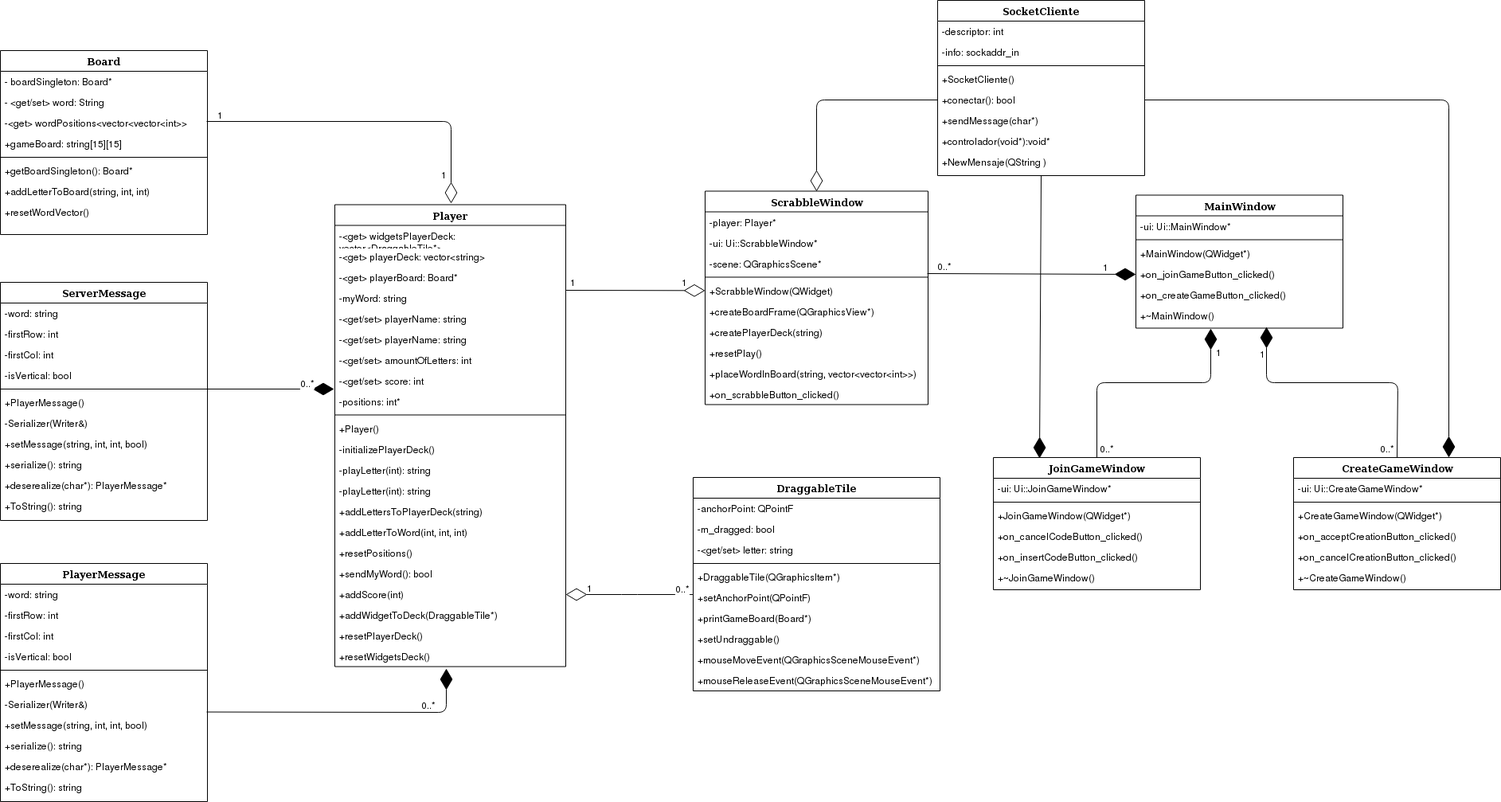
Before: ClientProject/images/Wiki_resources/Client Class Diagram.png, a diagram exported from draw.io (ErickCR12/Scrabble). Source tidied: cells renumbered, new cells last; positions are measured from the earlier drawing's top-left corner, leaving out a move shared by most shapes.
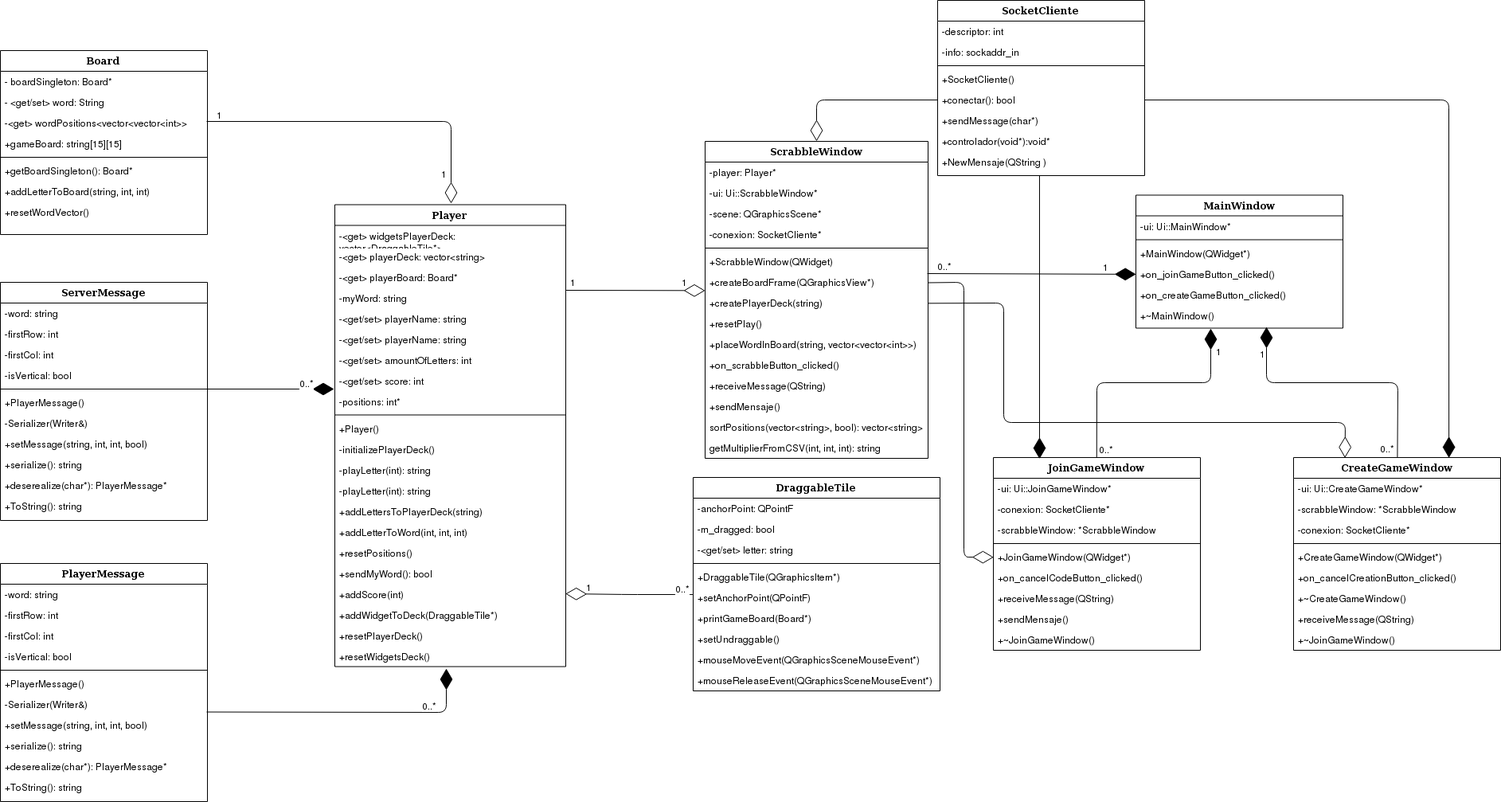
Later version of the same file.

Diff of the diagram source:
```diff
@@ -211,47 +211,65 @@
       <mxGeometry y="138" width="260" height="26" as="geometry" />
     </mxCell>
     <mxCell id="68" value="JoinGameWindow" style="swimlane;html=1;fontStyle=1;align=center;verticalAlign=top;horizontal=1;startSize=26;swimlaneFillColor=#ffffff;rounded=0;shadow=0;comic=0;labelBackgroundColor=none;strokeColor=#000000;strokeWidth=1;fillColor=none;fontFamily=Verdana;fontSize=12;fontColor=#000000;" parent="1" vertex="1">
-      <mxGeometry x="1247" y="574" width="260" height="166" as="geometry" />
+      <mxGeometry x="1247" y="574" width="260" height="242" as="geometry" />
     </mxCell>
     <mxCell id="69" value="-ui: Ui::JoinGameWindow*" style="text;html=1;strokeColor=none;fillColor=none;align=left;verticalAlign=top;spacingLeft=4;spacingRight=4;whiteSpace=wrap;overflow=hidden;" parent="68" vertex="1">
       <mxGeometry y="26" width="260" height="26" as="geometry" />
     </mxCell>
+    <mxCell id="135" value="-conexion: SocketCliente*" style="text;html=1;strokeColor=none;fillColor=none;align=left;verticalAlign=top;spacingLeft=4;spacingRight=4;whiteSpace=wrap;overflow=hidden;" parent="68" vertex="1">
+      <mxGeometry y="52" width="260" height="26" as="geometry" />
+    </mxCell>
+    <mxCell id="136" value="-scrabbleWindow: *ScrabbleWindow" style="text;html=1;strokeColor=none;fillColor=none;align=left;verticalAlign=top;spacingLeft=4;spacingRight=4;whiteSpace=wrap;overflow=hidden;" parent="68" vertex="1">
+      <mxGeometry y="78" width="260" height="26" as="geometry" />
+    </mxCell>
     <mxCell id="70" style="line;html=1;strokeWidth=1;fillColor=none;align=left;verticalAlign=middle;spacingTop=-1;spacingLeft=3;spacingRight=3;labelPosition=right;" parent="68" vertex="1">
-      <mxGeometry y="52" width="260" height="8" as="geometry" />
+      <mxGeometry y="104" width="260" height="8" as="geometry" />
     </mxCell>
     <mxCell id="71" value="+JoinGameWindow(QWidget*)" style="text;html=1;strokeColor=none;fillColor=none;align=left;verticalAlign=top;spacingLeft=4;spacingRight=4;whiteSpace=wrap;overflow=hidden;points=[[0,0.5],[1,0.5]];portConstraint=eastwest;" parent="68" vertex="1">
-      <mxGeometry y="60" width="260" height="26" as="geometry" />
+      <mxGeometry y="112" width="260" height="26" as="geometry" />
     </mxCell>
     <mxCell id="72" value="+on_cancelCodeButton_clicked()" style="text;html=1;strokeColor=none;fillColor=none;align=left;verticalAlign=top;spacingLeft=4;spacingRight=4;whiteSpace=wrap;overflow=hidden;" parent="68" vertex="1">
-      <mxGeometry y="86" width="260" height="26" as="geometry" />
+      <mxGeometry y="138" width="260" height="26" as="geometry" />
     </mxCell>
-    <mxCell id="73" value="+on_insertCodeButton_clicked()" style="text;html=1;strokeColor=none;fillColor=none;align=left;verticalAlign=top;spacingLeft=4;spacingRight=4;whiteSpace=wrap;overflow=hidden;" parent="68" vertex="1">
-      <mxGeometry y="112" width="260" height="26" as="geometry" />
+    <mxCell id="73" value="+receiveMessage(QString)" style="text;html=1;strokeColor=none;fillColor=none;align=left;verticalAlign=top;spacingLeft=4;spacingRight=4;whiteSpace=wrap;overflow=hidden;" parent="68" vertex="1">
+      <mxGeometry y="164" width="260" height="26" as="geometry" />
     </mxCell>
+    <mxCell id="137" value="+sendMensaje()" style="text;html=1;strokeColor=none;fillColor=none;align=left;verticalAlign=top;spacingLeft=4;spacingRight=4;whiteSpace=wrap;overflow=hidden;" parent="68" vertex="1">
+      <mxGeometry y="190" width="260" height="26" as="geometry" />
+    </mxCell>
     <mxCell id="74" value="&lt;div&gt;+~JoinGameWindow()&lt;/div&gt;&lt;div&gt;&lt;br&gt;&lt;/div&gt;" style="text;html=1;strokeColor=none;fillColor=none;align=left;verticalAlign=top;spacingLeft=4;spacingRight=4;whiteSpace=wrap;overflow=hidden;" parent="68" vertex="1">
-      <mxGeometry y="138" width="260" height="26" as="geometry" />
+      <mxGeometry y="216" width="260" height="26" as="geometry" />
     </mxCell>
     <mxCell id="75" value="CreateGameWindow" style="swimlane;html=1;fontStyle=1;align=center;verticalAlign=top;horizontal=1;startSize=26;swimlaneFillColor=#ffffff;rounded=0;shadow=0;comic=0;labelBackgroundColor=none;strokeColor=#000000;strokeWidth=1;fillColor=none;fontFamily=Verdana;fontSize=12;fontColor=#000000;" parent="1" vertex="1">
-      <mxGeometry x="1624" y="574" width="260" height="166" as="geometry" />
+      <mxGeometry x="1624" y="574" width="260" height="242" as="geometry" />
     </mxCell>
     <mxCell id="76" value="-ui: Ui::CreateGameWindow*" style="text;html=1;strokeColor=none;fillColor=none;align=left;verticalAlign=top;spacingLeft=4;spacingRight=4;whiteSpace=wrap;overflow=hidden;" parent="75" vertex="1">
       <mxGeometry y="26" width="260" height="26" as="geometry" />
     </mxCell>
+    <mxCell id="138" value="-scrabbleWindow: *ScrabbleWindow" style="text;html=1;strokeColor=none;fillColor=none;align=left;verticalAlign=top;spacingLeft=4;spacingRight=4;whiteSpace=wrap;overflow=hidden;" parent="75" vertex="1">
+      <mxGeometry y="52" width="260" height="26" as="geometry" />
+    </mxCell>
+    <mxCell id="139" value="-conexion: SocketCliente*" style="text;html=1;strokeColor=none;fillColor=none;align=left;verticalAlign=top;spacingLeft=4;spacingRight=4;whiteSpace=wrap;overflow=hidden;" parent="75" vertex="1">
+      <mxGeometry y="78" width="260" height="26" as="geometry" />
+    </mxCell>
     <mxCell id="77" style="line;html=1;strokeWidth=1;fillColor=none;align=left;verticalAlign=middle;spacingTop=-1;spacingLeft=3;spacingRight=3;labelPosition=right;" parent="75" vertex="1">
-      <mxGeometry y="52" width="260" height="8" as="geometry" />
+      <mxGeometry y="104" width="260" height="8" as="geometry" />
     </mxCell>
     <mxCell id="78" value="+CreateGameWindow(QWidget*)" style="text;html=1;strokeColor=none;fillColor=none;align=left;verticalAlign=top;spacingLeft=4;spacingRight=4;whiteSpace=wrap;overflow=hidden;" parent="75" vertex="1">
-      <mxGeometry y="60" width="260" height="26" as="geometry" />
+      <mxGeometry y="112" width="260" height="26" as="geometry" />
     </mxCell>
-    <mxCell id="79" value="+on_acceptCreationButton_clicked()" style="text;html=1;strokeColor=none;fillColor=none;align=left;verticalAlign=top;spacingLeft=4;spacingRight=4;whiteSpace=wrap;overflow=hidden;" parent="75" vertex="1">
-      <mxGeometry y="86" width="260" height="26" as="geometry" />
-    </mxCell>
     <mxCell id="80" value="+on_cancelCreationButton_clicked()" style="text;html=1;strokeColor=none;fillColor=none;align=left;verticalAlign=top;spacingLeft=4;spacingRight=4;whiteSpace=wrap;overflow=hidden;" parent="75" vertex="1">
-      <mxGeometry y="112" width="260" height="26" as="geometry" />
+      <mxGeometry y="138" width="260" height="26" as="geometry" />
     </mxCell>
     <mxCell id="81" value="&lt;div&gt;+~CreateGameWindow()&lt;/div&gt;&lt;div&gt;&lt;br&gt;&lt;/div&gt;" style="text;html=1;strokeColor=none;fillColor=none;align=left;verticalAlign=top;spacingLeft=4;spacingRight=4;whiteSpace=wrap;overflow=hidden;" parent="75" vertex="1">
-      <mxGeometry y="138" width="260" height="26" as="geometry" />
+      <mxGeometry y="164" width="260" height="26" as="geometry" />
     </mxCell>
+    <mxCell id="140" value="+receiveMessage(QString)" style="text;html=1;strokeColor=none;fillColor=none;align=left;verticalAlign=top;spacingLeft=4;spacingRight=4;whiteSpace=wrap;overflow=hidden;" parent="75" vertex="1">
+      <mxGeometry y="190" width="260" height="26" as="geometry" />
+    </mxCell>
+    <mxCell id="141" value="&lt;div&gt;+~JoinGameWindow()&lt;/div&gt;&lt;div&gt;&lt;br&gt;&lt;/div&gt;" style="text;html=1;strokeColor=none;fillColor=none;align=left;verticalAlign=top;spacingLeft=4;spacingRight=4;whiteSpace=wrap;overflow=hidden;" parent="75" vertex="1">
+      <mxGeometry y="216" width="260" height="26" as="geometry" />
+    </mxCell>
     <mxCell id="82" value="DraggableTile" style="swimlane;html=1;fontStyle=1;align=center;verticalAlign=top;horizontal=1;startSize=26;swimlaneFillColor=#ffffff;rounded=0;shadow=0;comic=0;labelBackgroundColor=none;strokeColor=#000000;strokeWidth=1;fillColor=none;fontFamily=Verdana;fontSize=12;fontColor=#000000;" parent="1" vertex="1">
       <mxGeometry x="870" y="599" width="310" height="268" as="geometry" />
     </mxCell>
@@ -286,7 +304,7 @@
       <mxGeometry y="242" width="310" height="26" as="geometry" />
     </mxCell>
     <mxCell id="93" value="ScrabbleWindow" style="swimlane;html=1;fontStyle=1;align=center;verticalAlign=top;horizontal=1;startSize=26;swimlaneFillColor=#ffffff;rounded=0;shadow=0;comic=0;labelBackgroundColor=none;strokeColor=#000000;strokeWidth=1;fillColor=none;fontFamily=Verdana;fontSize=12;fontColor=#000000;" parent="1" vertex="1">
-      <mxGeometry x="885" y="239.5" width="280" height="268" as="geometry" />
+      <mxGeometry x="885" y="177" width="280" height="398" as="geometry" />
     </mxCell>
     <mxCell id="94" value="-player: Player*" style="text;html=1;strokeColor=none;fillColor=none;align=left;verticalAlign=top;spacingLeft=4;spacingRight=4;whiteSpace=wrap;overflow=hidden;" parent="93" vertex="1">
       <mxGeometry y="26" width="280" height="26" as="geometry" />
@@ -297,27 +315,42 @@
     <mxCell id="96" value="&lt;div&gt;-scene: QGraphicsScene*&lt;br&gt;&lt;/div&gt;" style="text;html=1;strokeColor=none;fillColor=none;align=left;verticalAlign=top;spacingLeft=4;spacingRight=4;whiteSpace=wrap;overflow=hidden;" parent="93" vertex="1">
       <mxGeometry y="78" width="280" height="26" as="geometry" />
     </mxCell>
+    <mxCell id="142" value="-conexion: SocketCliente*" style="text;html=1;strokeColor=none;fillColor=none;align=left;verticalAlign=top;spacingLeft=4;spacingRight=4;whiteSpace=wrap;overflow=hidden;" parent="93" vertex="1">
+      <mxGeometry y="104" width="280" height="26" as="geometry" />
+    </mxCell>
     <mxCell id="97" style="line;html=1;strokeWidth=1;fillColor=none;align=left;verticalAlign=middle;spacingTop=-1;spacingLeft=3;spacingRight=3;labelPosition=right;" parent="93" vertex="1">
-      <mxGeometry y="104" width="280" height="8" as="geometry" />
+      <mxGeometry y="130" width="280" height="8" as="geometry" />
     </mxCell>
     <mxCell id="98" value="+ScrabbleWindow(QWidget)" style="text;html=1;strokeColor=none;fillColor=none;align=left;verticalAlign=top;spacingLeft=4;spacingRight=4;whiteSpace=wrap;overflow=hidden;" parent="93" vertex="1">
-      <mxGeometry y="112" width="280" height="26" as="geometry" />
+      <mxGeometry y="138" width="280" height="26" as="geometry" />
     </mxCell>
     <mxCell id="99" value="+createBoardFrame(QGraphicsView*)" style="text;html=1;strokeColor=none;fillColor=none;align=left;verticalAlign=top;spacingLeft=4;spacingRight=4;whiteSpace=wrap;overflow=hidden;points=[[0,0.5],[1,0.5]];portConstraint=eastwest;" parent="93" vertex="1">
-      <mxGeometry y="138" width="280" height="26" as="geometry" />
+      <mxGeometry y="164" width="280" height="26" as="geometry" />
     </mxCell>
     <mxCell id="100" value="+createPlayerDeck(string)" style="text;html=1;strokeColor=none;fillColor=none;align=left;verticalAlign=top;spacingLeft=4;spacingRight=4;whiteSpace=wrap;overflow=hidden;points=[[0,0.5],[1,0.5]];portConstraint=eastwest;" parent="93" vertex="1">
-      <mxGeometry y="164" width="280" height="26" as="geometry" />
+      <mxGeometry y="190" width="280" height="26" as="geometry" />
     </mxCell>
     <mxCell id="101" value="+resetPlay()" style="text;html=1;strokeColor=none;fillColor=none;align=left;verticalAlign=top;spacingLeft=4;spacingRight=4;whiteSpace=wrap;overflow=hidden;" parent="93" vertex="1">
-      <mxGeometry y="190" width="280" height="26" as="geometry" />
+      <mxGeometry y="216" width="280" height="26" as="geometry" />
     </mxCell>
     <mxCell id="102" value="+placeWordInBoard(string, vector&amp;lt;vector&amp;lt;int&amp;gt;&amp;gt;)" style="text;html=1;strokeColor=none;fillColor=none;align=left;verticalAlign=top;spacingLeft=4;spacingRight=4;whiteSpace=wrap;overflow=hidden;" parent="93" vertex="1">
-      <mxGeometry y="216" width="280" height="26" as="geometry" />
+      <mxGeometry y="242" width="280" height="26" as="geometry" />
     </mxCell>
     <mxCell id="103" value="+on_scrabbleButton_clicked()" style="text;html=1;strokeColor=none;fillColor=none;align=left;verticalAlign=top;spacingLeft=4;spacingRight=4;whiteSpace=wrap;overflow=hidden;" parent="93" vertex="1">
-      <mxGeometry y="242" width="280" height="26" as="geometry" />
+      <mxGeometry y="268" width="280" height="26" as="geometry" />
     </mxCell>
+    <mxCell id="143" value="+receiveMessage(QString)" style="text;html=1;strokeColor=none;fillColor=none;align=left;verticalAlign=top;spacingLeft=4;spacingRight=4;whiteSpace=wrap;overflow=hidden;" parent="93" vertex="1">
+      <mxGeometry y="294" width="280" height="26" as="geometry" />
+    </mxCell>
+    <mxCell id="144" value="+sendMensaje()" style="text;html=1;strokeColor=none;fillColor=none;align=left;verticalAlign=top;spacingLeft=4;spacingRight=4;whiteSpace=wrap;overflow=hidden;" parent="93" vertex="1">
+      <mxGeometry y="320" width="280" height="26" as="geometry" />
+    </mxCell>
+    <mxCell id="145" value="sortPositions(vector&amp;lt;string&amp;gt;, bool): vector&amp;lt;string&amp;gt;" style="text;html=1;strokeColor=none;fillColor=none;align=left;verticalAlign=top;spacingLeft=4;spacingRight=4;whiteSpace=wrap;overflow=hidden;" parent="93" vertex="1">
+      <mxGeometry y="346" width="280" height="26" as="geometry" />
+    </mxCell>
+    <mxCell id="146" value="getMultiplierFromCSV(int, int, int): string" style="text;html=1;strokeColor=none;fillColor=none;align=left;verticalAlign=top;spacingLeft=4;spacingRight=4;whiteSpace=wrap;overflow=hidden;" parent="93" vertex="1">
+      <mxGeometry y="372" width="280" height="26" as="geometry" />
+    </mxCell>
     <mxCell id="104" style="endArrow=diamondThin;endFill=1;endSize=24;html=1;" parent="1" edge="1">
       <mxGeometry relative="1" as="geometry">
         <mxPoint x="259" y="488" as="sourcePoint" />
@@ -464,9 +497,9 @@
         </Array>
       </mxGeometry>
     </mxCell>
-    <mxCell id="133" style="endArrow=diamondThin;endFill=1;endSize=24;html=1;entryX=0.223;entryY=0.006;entryDx=0;entryDy=0;exitX=0.5;exitY=1;exitDx=0;exitDy=0;entryPerimeter=0;" parent="1" edge="1" target="68">
+    <mxCell id="133" style="endArrow=diamondThin;endFill=1;endSize=24;html=1;entryX=0.223;entryY=0.006;entryDx=0;entryDy=0;entryPerimeter=0;" parent="1" edge="1" target="68">
       <mxGeometry relative="1" as="geometry">
-        <mxPoint x="1307" y="220" as="sourcePoint" />
+        <mxPoint x="1305" y="220" as="sourcePoint" />
       </mxGeometry>
     </mxCell>
     <mxCell id="134" style="endArrow=diamondThin;endFill=1;endSize=24;html=1;entryX=0.75;entryY=0;entryDx=0;entryDy=0;exitX=1;exitY=0.5;exitDx=0;exitDy=0;" parent="1" edge="1" source="128" target="75">
@@ -476,5 +509,22 @@
         </Array>
       </mxGeometry>
     </mxCell>
+    <mxCell id="147" style="endArrow=diamondThin;endFill=0;endSize=24;html=1;exitX=1;exitY=0.5;exitDx=0;exitDy=0;entryX=0;entryY=0.5;entryDx=0;entryDy=0;" parent="1" edge="1" source="99" target="71">
+      <mxGeometry relative="1" as="geometry">
+        <Array as="points">
+          <mxPoint x="1210" y="354" />
+          <mxPoint x="1210" y="699" />
+        </Array>
+      </mxGeometry>
+    </mxCell>
+    <mxCell id="148" style="endArrow=diamondThin;endFill=0;endSize=24;html=1;entryX=0.25;entryY=0;entryDx=0;entryDy=0;exitX=1;exitY=0.5;exitDx=0;exitDy=0;" parent="1" edge="1" source="100" target="75">
+      <mxGeometry relative="1" as="geometry">
+        <Array as="points">
+          <mxPoint x="1260" y="380" />
+          <mxPoint x="1260" y="530" />
+          <mxPoint x="1689" y="530" />
+        </Array>
+      </mxGeometry>
+    </mxCell>
   </root>
 </mxGraphModel>
```
